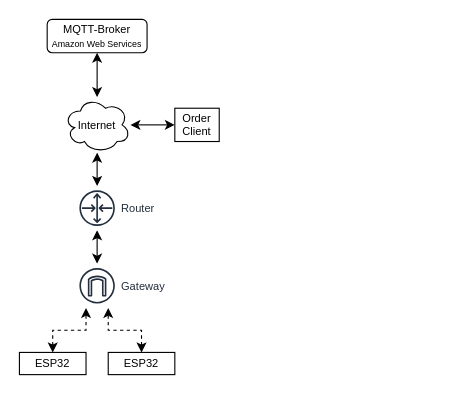
Earlier version of the draw.io diagram docs/assets/models/architektur.a.drawio.xml (finnge/iot-service-button). Source tidied: cells renumbered, new cells numbered last; positions are measured from the earlier drawing's top-left corner, leaving out a move shared by most shapes. Both pictures are drawn from the tidied source at 111%, with x=0, y=0 at pixel (19, 19).
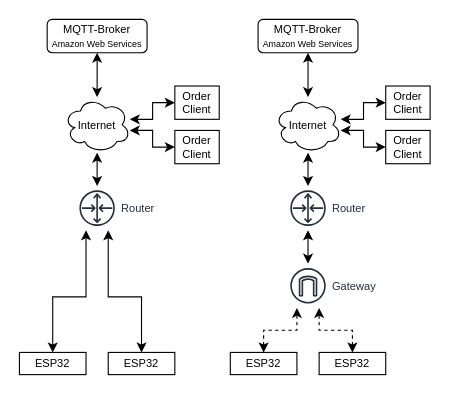
Above is the later version.

The change refers to these unchanged cells:
```xml
<mxCell id="3" value="ESP32" style="rounded=0;whiteSpace=wrap;html=1;fontFamily=Arial;fontSize=10;" parent="1" vertex="1">
  <mxGeometry y="300" width="60" height="20" as="geometry" />
</mxCell>
<mxCell id="5" value="ESP32" style="rounded=0;whiteSpace=wrap;html=1;fontFamily=Arial;fontSize=10;" parent="1" vertex="1">
  <mxGeometry x="80" y="300" width="60" height="20" as="geometry" />
</mxCell>
<mxCell id="8" value="Router" style="outlineConnect=0;fontColor=#232F3E;gradientColor=none;strokeColor=#232F3E;fillColor=#ffffff;dashed=0;verticalLabelPosition=middle;verticalAlign=middle;align=left;html=1;fontSize=10;fontStyle=0;shape=mxgraph.aws4.resourceIcon;resIcon=mxgraph.aws4.router;labelPosition=right;" parent="1" vertex="1">
  <mxGeometry x="50" y="150" width="40" height="40" as="geometry" />
</mxCell>
<mxCell id="10" value="&lt;font style=&quot;font-size: 10px;&quot;&gt;Internet&lt;/font&gt;" style="ellipse;shape=cloud;whiteSpace=wrap;html=1;fontSize=10;" parent="1" vertex="1">
  <mxGeometry x="40" y="70" width="60" height="50" as="geometry" />
</mxCell>
```

The edit, as a diff of the source:
```diff
@@
-    <mxCell id="2" style="edgeStyle=orthogonalEdgeStyle;rounded=0;jettySize=auto;html=1;startArrow=classic;startFill=1;dashed=1;fontSize=10;" parent="1" edge="1" source="3" target="7">
+    <mxCell id="2" style="edgeStyle=orthogonalEdgeStyle;rounded=0;jettySize=auto;html=1;startArrow=classic;startFill=1;fontSize=10;" parent="1" edge="1" source="3" target="8">
       <mxGeometry relative="1" as="geometry">
         <Array as="points">
-          <mxPoint x="30" y="280" />
-          <mxPoint x="60" y="280" />
+          <mxPoint x="30" y="250" />
+          <mxPoint x="60" y="250" />
         </Array>
       </mxGeometry>
     </mxCell>
@@
-    <mxCell id="4" style="edgeStyle=orthogonalEdgeStyle;rounded=0;jettySize=auto;html=1;startArrow=classic;startFill=1;dashed=1;fontSize=10;" parent="1" edge="1" source="5" target="7">
+    <mxCell id="4" style="edgeStyle=orthogonalEdgeStyle;rounded=0;jettySize=auto;html=1;startArrow=classic;startFill=1;fontSize=10;" parent="1" edge="1" source="5" target="8">
       <mxGeometry relative="1" as="geometry">
         <Array as="points">
-          <mxPoint x="110" y="280" />
-          <mxPoint x="80" y="280" />
+          <mxPoint x="110" y="250" />
+          <mxPoint x="80" y="250" />
         </Array>
       </mxGeometry>
     </mxCell>
@@
-    <mxCell id="6" style="edgeStyle=orthogonalEdgeStyle;rounded=0;jettySize=auto;html=1;startArrow=classic;startFill=1;fontSize=10;" parent="1" edge="1" source="7" target="8">
-      <mxGeometry relative="1" as="geometry" />
-    </mxCell>
-    <mxCell id="7" value="Gateway" style="outlineConnect=0;fontColor=#232F3E;gradientColor=none;strokeColor=#232F3E;fillColor=#ffffff;dashed=0;verticalLabelPosition=middle;verticalAlign=middle;align=left;html=1;fontSize=10;fontStyle=0;shape=mxgraph.aws4.resourceIcon;resIcon=mxgraph.aws4.internet_gateway;labelPosition=right;" parent="1" vertex="1">
-      <mxGeometry x="50" y="220" width="40" height="40" as="geometry" />
-    </mxCell>
@@
-    <mxCell id="13" style="endArrow=classic;startArrow=classic;html=1;fontSize=10;" parent="1" edge="1" source="10" target="14">
-      <mxGeometry relative="1" as="geometry" />
+    <mxCell id="13" style="endArrow=classic;startArrow=classic;html=1;fontSize=10;edgeStyle=orthogonalEdgeStyle;rounded=0;" parent="1" edge="1" source="10" target="14">
+      <mxGeometry relative="1" as="geometry">
+        <Array as="points">
+          <mxPoint x="120" y="90" />
+          <mxPoint x="120" y="75" />
+        </Array>
+      </mxGeometry>
     </mxCell>
     <mxCell id="14" value="Order Client" style="rounded=0;whiteSpace=wrap;html=1;fontSize=10;" parent="1" vertex="1">
-      <mxGeometry x="140" y="80" width="40" height="30" as="geometry" />
+      <mxGeometry x="140" y="60" width="40" height="30" as="geometry" />
     </mxCell>
+    <mxCell id="15" style="edgeStyle=orthogonalEdgeStyle;rounded=0;jettySize=auto;html=1;startArrow=classic;startFill=1;dashed=1;fontSize=10;" parent="1" edge="1" source="16" target="7">
+      <mxGeometry relative="1" as="geometry">
+        <Array as="points">
+          <mxPoint x="220" y="280" />
+          <mxPoint x="250" y="280" />
+        </Array>
+      </mxGeometry>
+    </mxCell>
+    <mxCell id="16" value="ESP32" style="rounded=0;whiteSpace=wrap;html=1;fontFamily=Arial;fontSize=10;" parent="1" vertex="1">
+      <mxGeometry x="190" y="300" width="60" height="20" as="geometry" />
+    </mxCell>
+    <mxCell id="17" style="edgeStyle=orthogonalEdgeStyle;rounded=0;jettySize=auto;html=1;startArrow=classic;startFill=1;dashed=1;fontSize=10;" parent="1" edge="1" source="18" target="7">
+      <mxGeometry relative="1" as="geometry">
+        <Array as="points">
+          <mxPoint x="300" y="280" />
+          <mxPoint x="270" y="280" />
+        </Array>
+      </mxGeometry>
+    </mxCell>
+    <mxCell id="18" value="ESP32" style="rounded=0;whiteSpace=wrap;html=1;fontFamily=Arial;fontSize=10;" parent="1" vertex="1">
+      <mxGeometry x="270" y="300" width="60" height="20" as="geometry" />
+    </mxCell>
+    <mxCell id="19" style="edgeStyle=orthogonalEdgeStyle;rounded=0;jettySize=auto;html=1;startArrow=classic;startFill=1;fontSize=10;" parent="1" edge="1" source="7" target="20">
+      <mxGeometry relative="1" as="geometry" />
+    </mxCell>
+    <mxCell id="7" value="Gateway" style="outlineConnect=0;fontColor=#232F3E;gradientColor=none;strokeColor=#232F3E;fillColor=#ffffff;dashed=0;verticalLabelPosition=middle;verticalAlign=middle;align=left;html=1;fontSize=10;fontStyle=0;shape=mxgraph.aws4.resourceIcon;resIcon=mxgraph.aws4.internet_gateway;labelPosition=right;" parent="1" vertex="1">
+      <mxGeometry x="240" y="220" width="40" height="40" as="geometry" />
+    </mxCell>
+    <mxCell id="20" value="Router" style="outlineConnect=0;fontColor=#232F3E;gradientColor=none;strokeColor=#232F3E;fillColor=#ffffff;dashed=0;verticalLabelPosition=middle;verticalAlign=middle;align=left;html=1;fontSize=10;fontStyle=0;shape=mxgraph.aws4.resourceIcon;resIcon=mxgraph.aws4.router;labelPosition=right;" parent="1" vertex="1">
+      <mxGeometry x="240" y="150" width="40" height="40" as="geometry" />
+    </mxCell>
+    <mxCell id="21" style="edgeStyle=orthogonalEdgeStyle;rounded=0;jettySize=auto;html=1;startArrow=classic;startFill=1;" parent="1" edge="1" source="22" target="20">
+      <mxGeometry relative="1" as="geometry" />
+    </mxCell>
+    <mxCell id="22" value="&lt;font style=&quot;font-size: 10px;&quot;&gt;Internet&lt;/font&gt;" style="ellipse;shape=cloud;whiteSpace=wrap;html=1;fontSize=10;" parent="1" vertex="1">
+      <mxGeometry x="230" y="70" width="60" height="50" as="geometry" />
+    </mxCell>
+    <mxCell id="23" value="MQTT-Broker&lt;br style=&quot;font-size: 10px&quot;&gt;&lt;font style=&quot;font-size: 8px&quot;&gt;Amazon Web Services&lt;/font&gt;" style="rounded=1;whiteSpace=wrap;html=1;fontSize=10;" parent="1" vertex="1">
+      <mxGeometry x="215" width="90" height="30" as="geometry" />
+    </mxCell>
+    <mxCell id="24" style="endArrow=classic;startArrow=classic;html=1;fontSize=10;entryX=0.5;entryY=1;entryDx=0;entryDy=0;" parent="1" edge="1" source="22" target="23">
+      <mxGeometry relative="1" as="geometry" />
+    </mxCell>
+    <mxCell id="25" style="endArrow=classic;startArrow=classic;html=1;fontSize=10;rounded=0;edgeStyle=orthogonalEdgeStyle;" parent="1" edge="1" source="10" target="26">
+      <mxGeometry relative="1" as="geometry">
+        <Array as="points">
+          <mxPoint x="120" y="100" />
+          <mxPoint x="120" y="115" />
+        </Array>
+      </mxGeometry>
+    </mxCell>
+    <mxCell id="26" value="Order Client" style="rounded=0;whiteSpace=wrap;html=1;fontSize=10;" parent="1" vertex="1">
+      <mxGeometry x="140" y="100" width="40" height="30" as="geometry" />
+    </mxCell>
+    <mxCell id="27" style="edgeStyle=orthogonalEdgeStyle;rounded=0;jettySize=auto;html=1;startArrow=classic;startFill=1;fontSize=10;" parent="1" edge="1" source="28" target="22">
+      <mxGeometry relative="1" as="geometry">
+        <Array as="points">
+          <mxPoint x="310" y="75" />
+          <mxPoint x="310" y="90" />
+        </Array>
+      </mxGeometry>
+    </mxCell>
+    <mxCell id="28" value="Order Client" style="rounded=0;whiteSpace=wrap;html=1;fontSize=10;" parent="1" vertex="1">
+      <mxGeometry x="330" y="60" width="40" height="30" as="geometry" />
+    </mxCell>
+    <mxCell id="29" style="edgeStyle=orthogonalEdgeStyle;rounded=0;jettySize=auto;html=1;startArrow=classic;startFill=1;fontSize=10;" parent="1" edge="1" source="30" target="22">
+      <mxGeometry relative="1" as="geometry">
+        <Array as="points">
+          <mxPoint x="310" y="115" />
+          <mxPoint x="310" y="100" />
+        </Array>
+      </mxGeometry>
+    </mxCell>
+    <mxCell id="30" value="Order Client" style="rounded=0;whiteSpace=wrap;html=1;fontSize=10;" parent="1" vertex="1">
+      <mxGeometry x="330" y="100" width="40" height="30" as="geometry" />
+    </mxCell>
```
